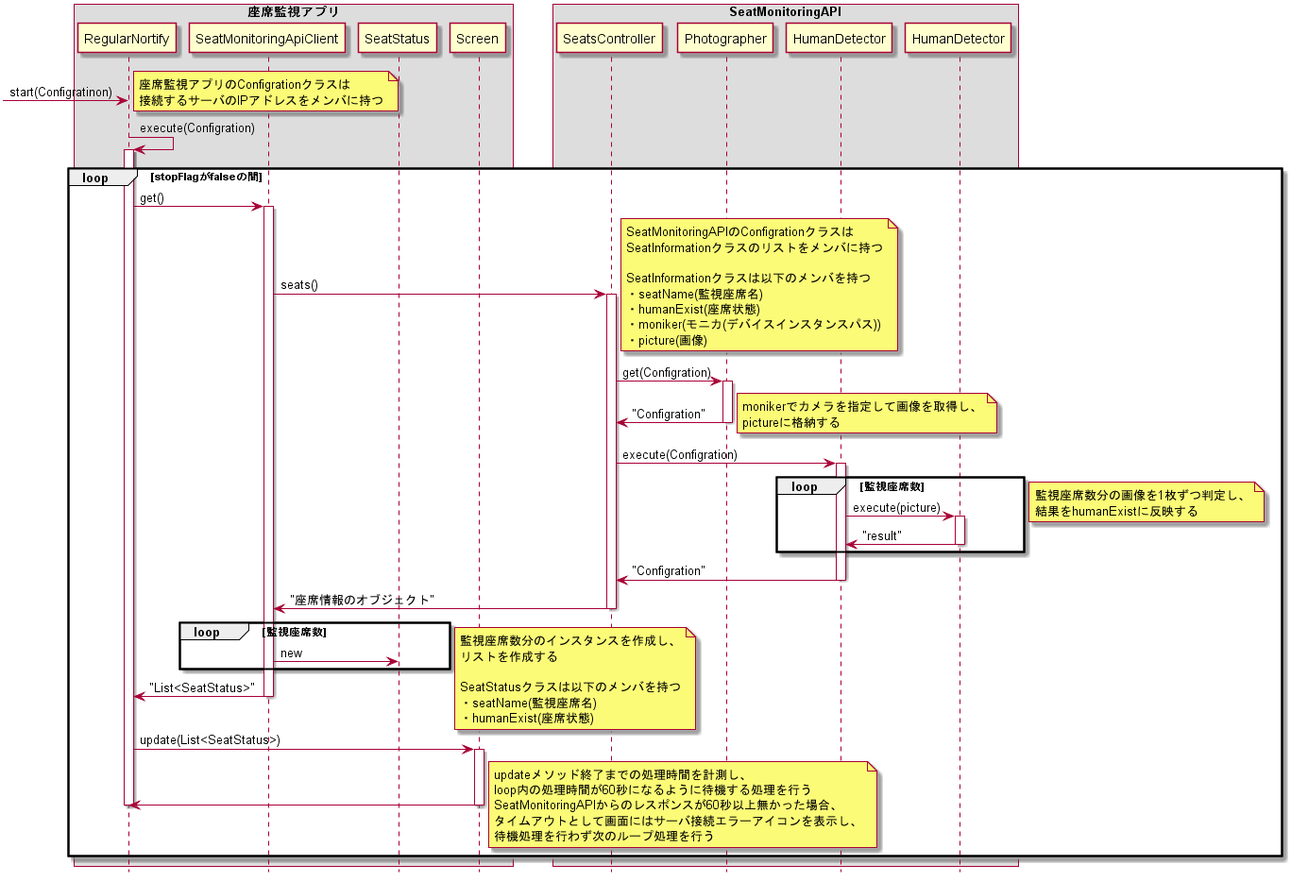
Before: doc/詳細設計/詳細設計書/構成図/座席状態確認シーケンス図2.png, a diagram exported from PlantUML (KeisukeSugita/Seat-monitoring-system).
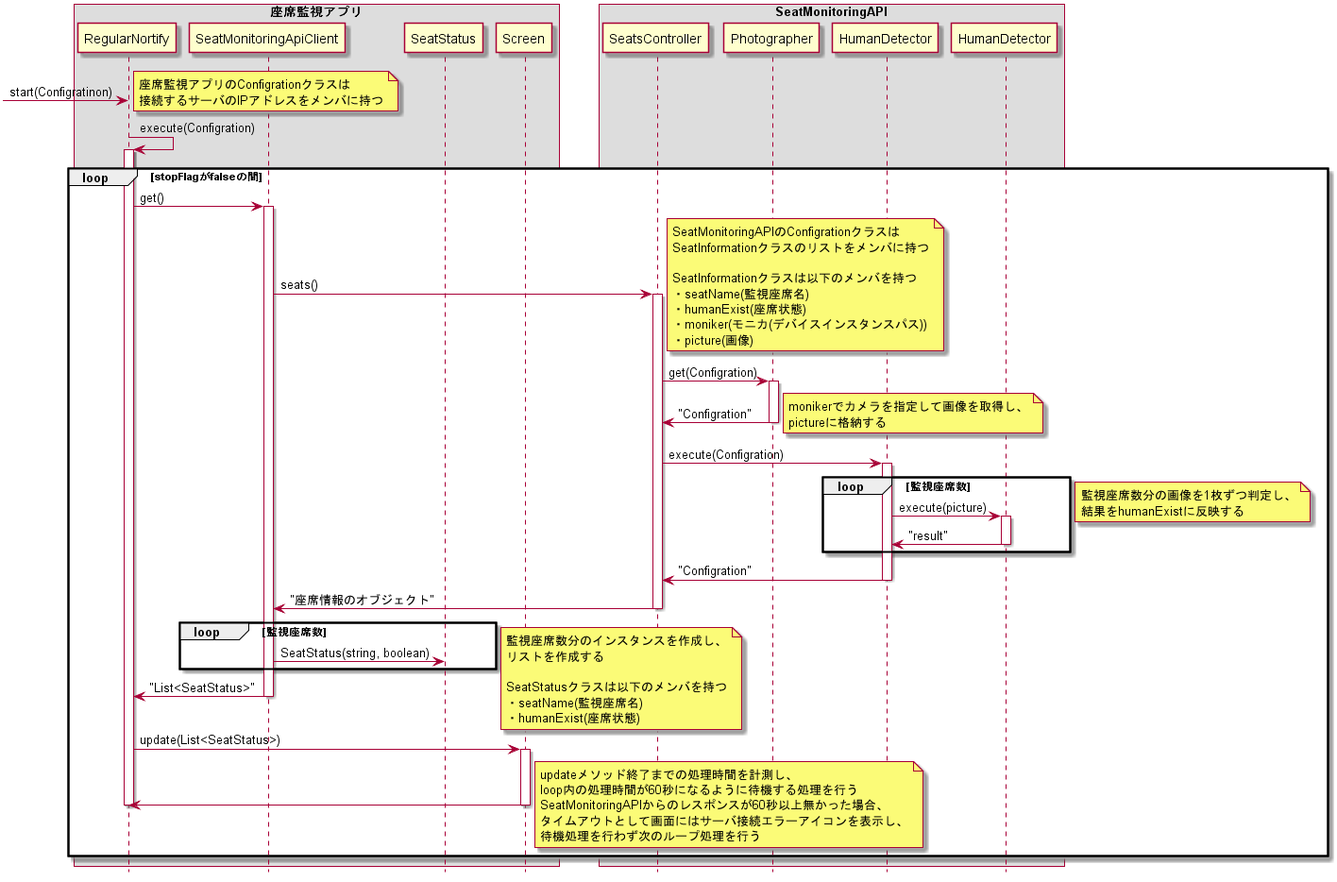
The same diagram one commit later.

Diff of the diagram source:
```diff
@@ -73,7 +73,7 @@
 	deactivate SeatsController
 
 	loop 監視座席数
-		SeatMonitoringApiClient -> SeatStatus :new
+		SeatMonitoringApiClient -> SeatStatus :SeatStatus(string, boolean)
 	end
 	note right
 		監視座席数分のインスタンスを作成し、
```
